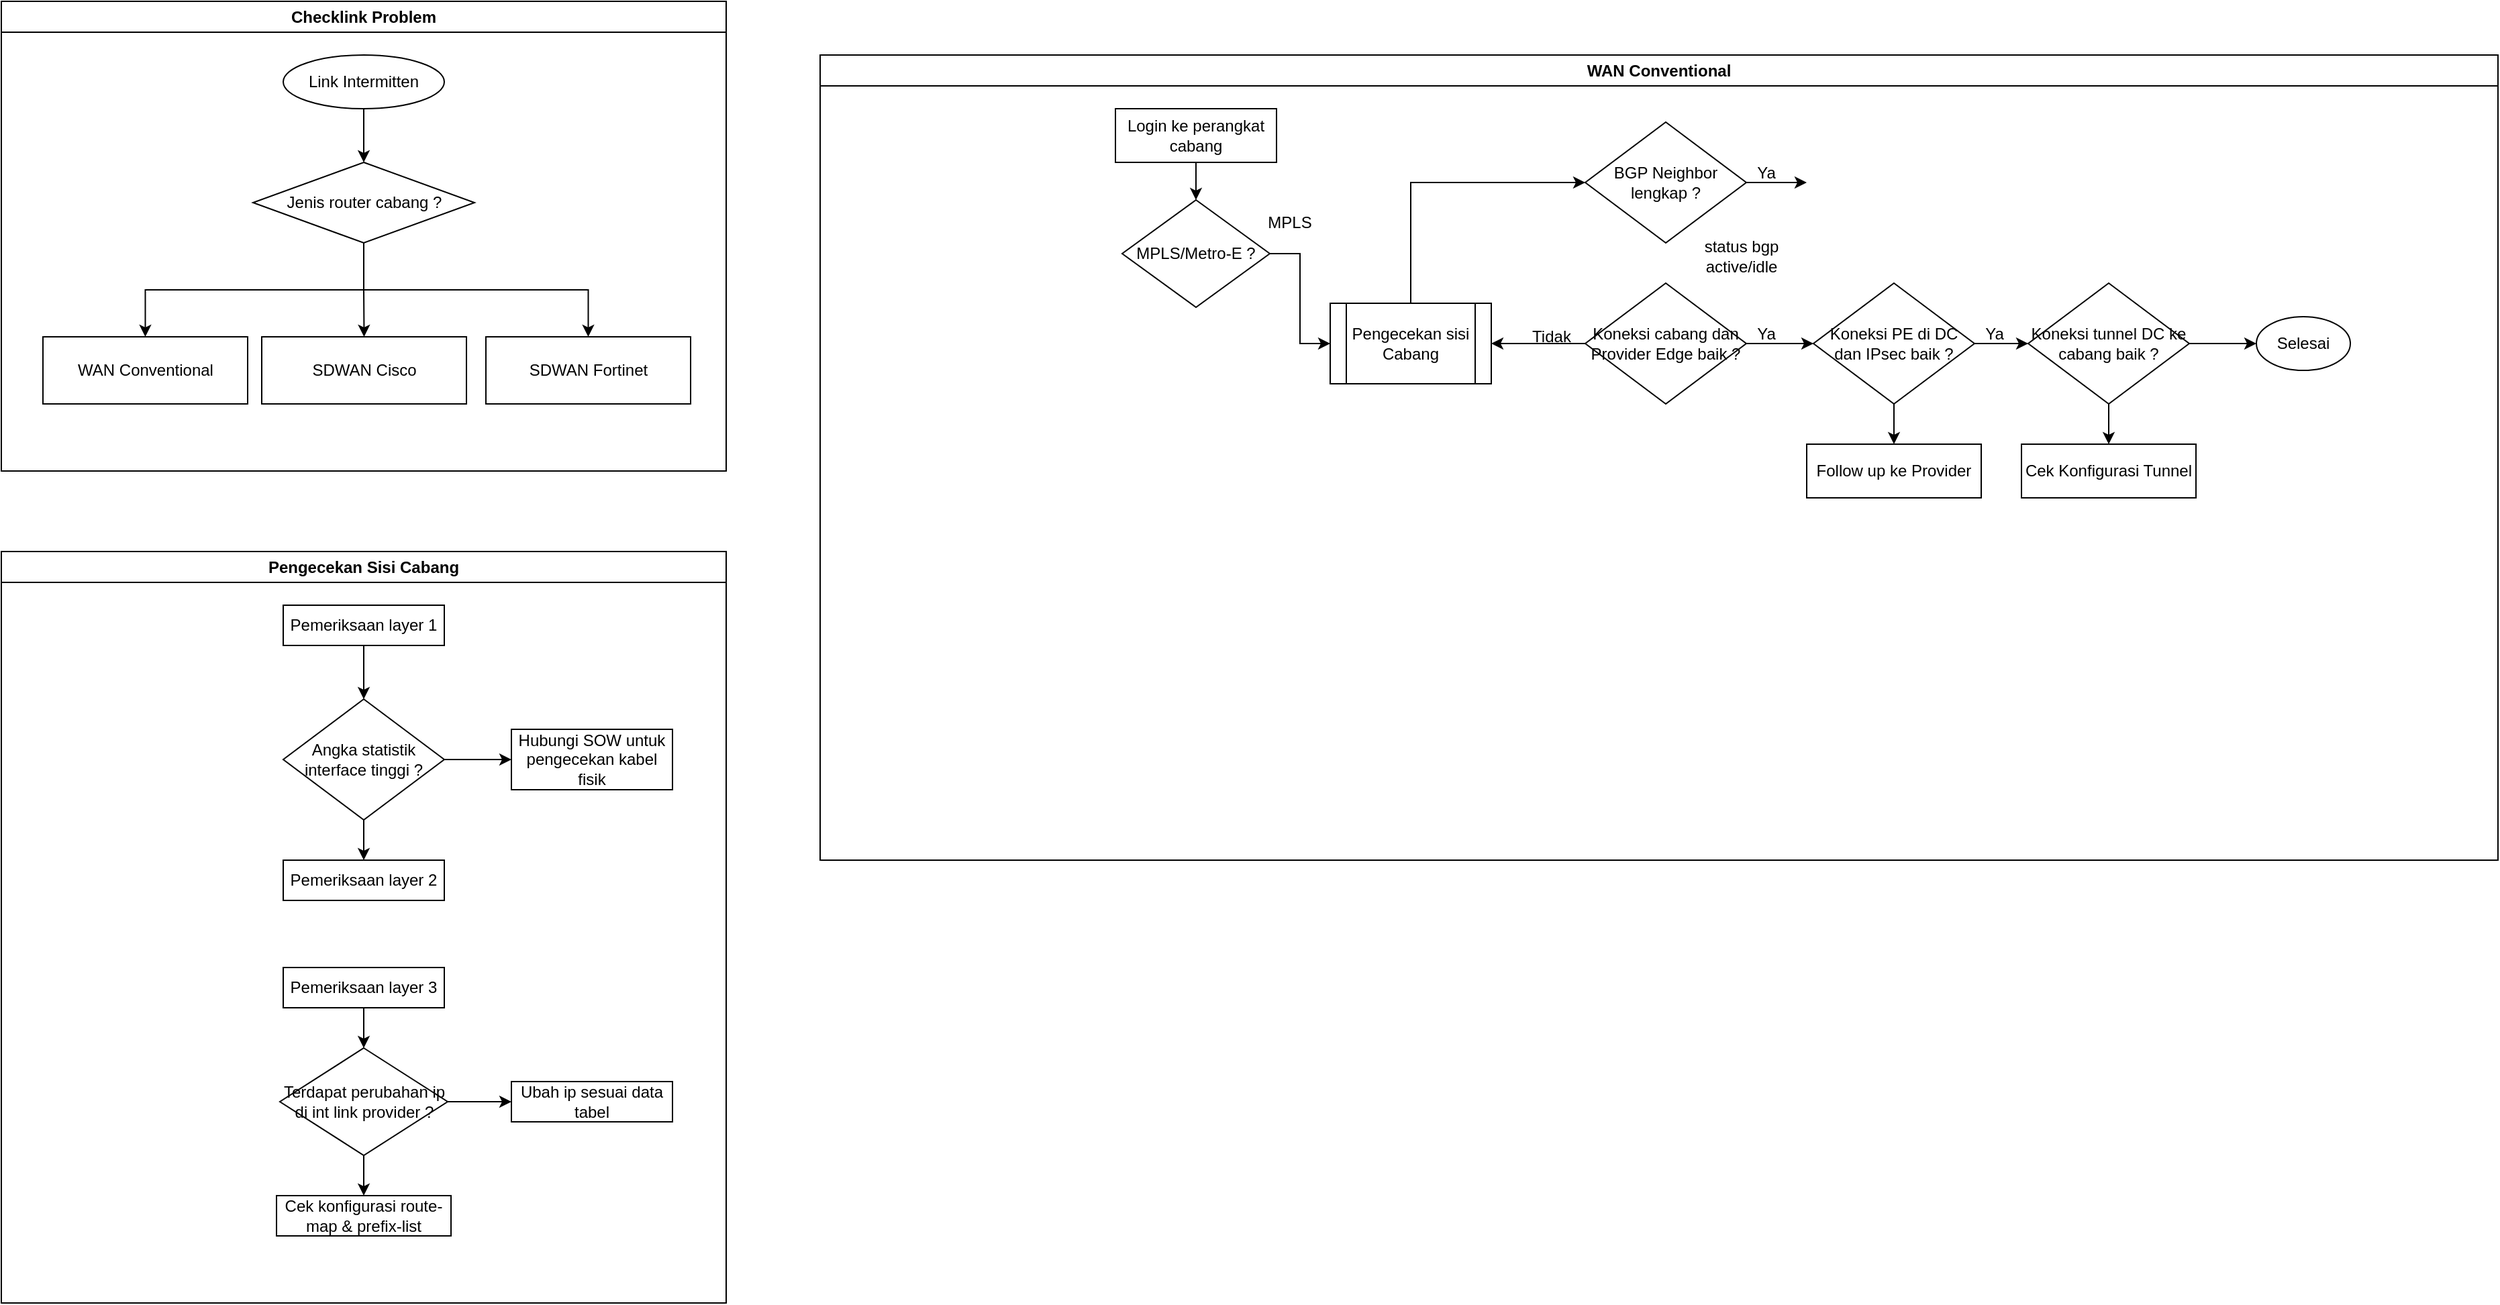
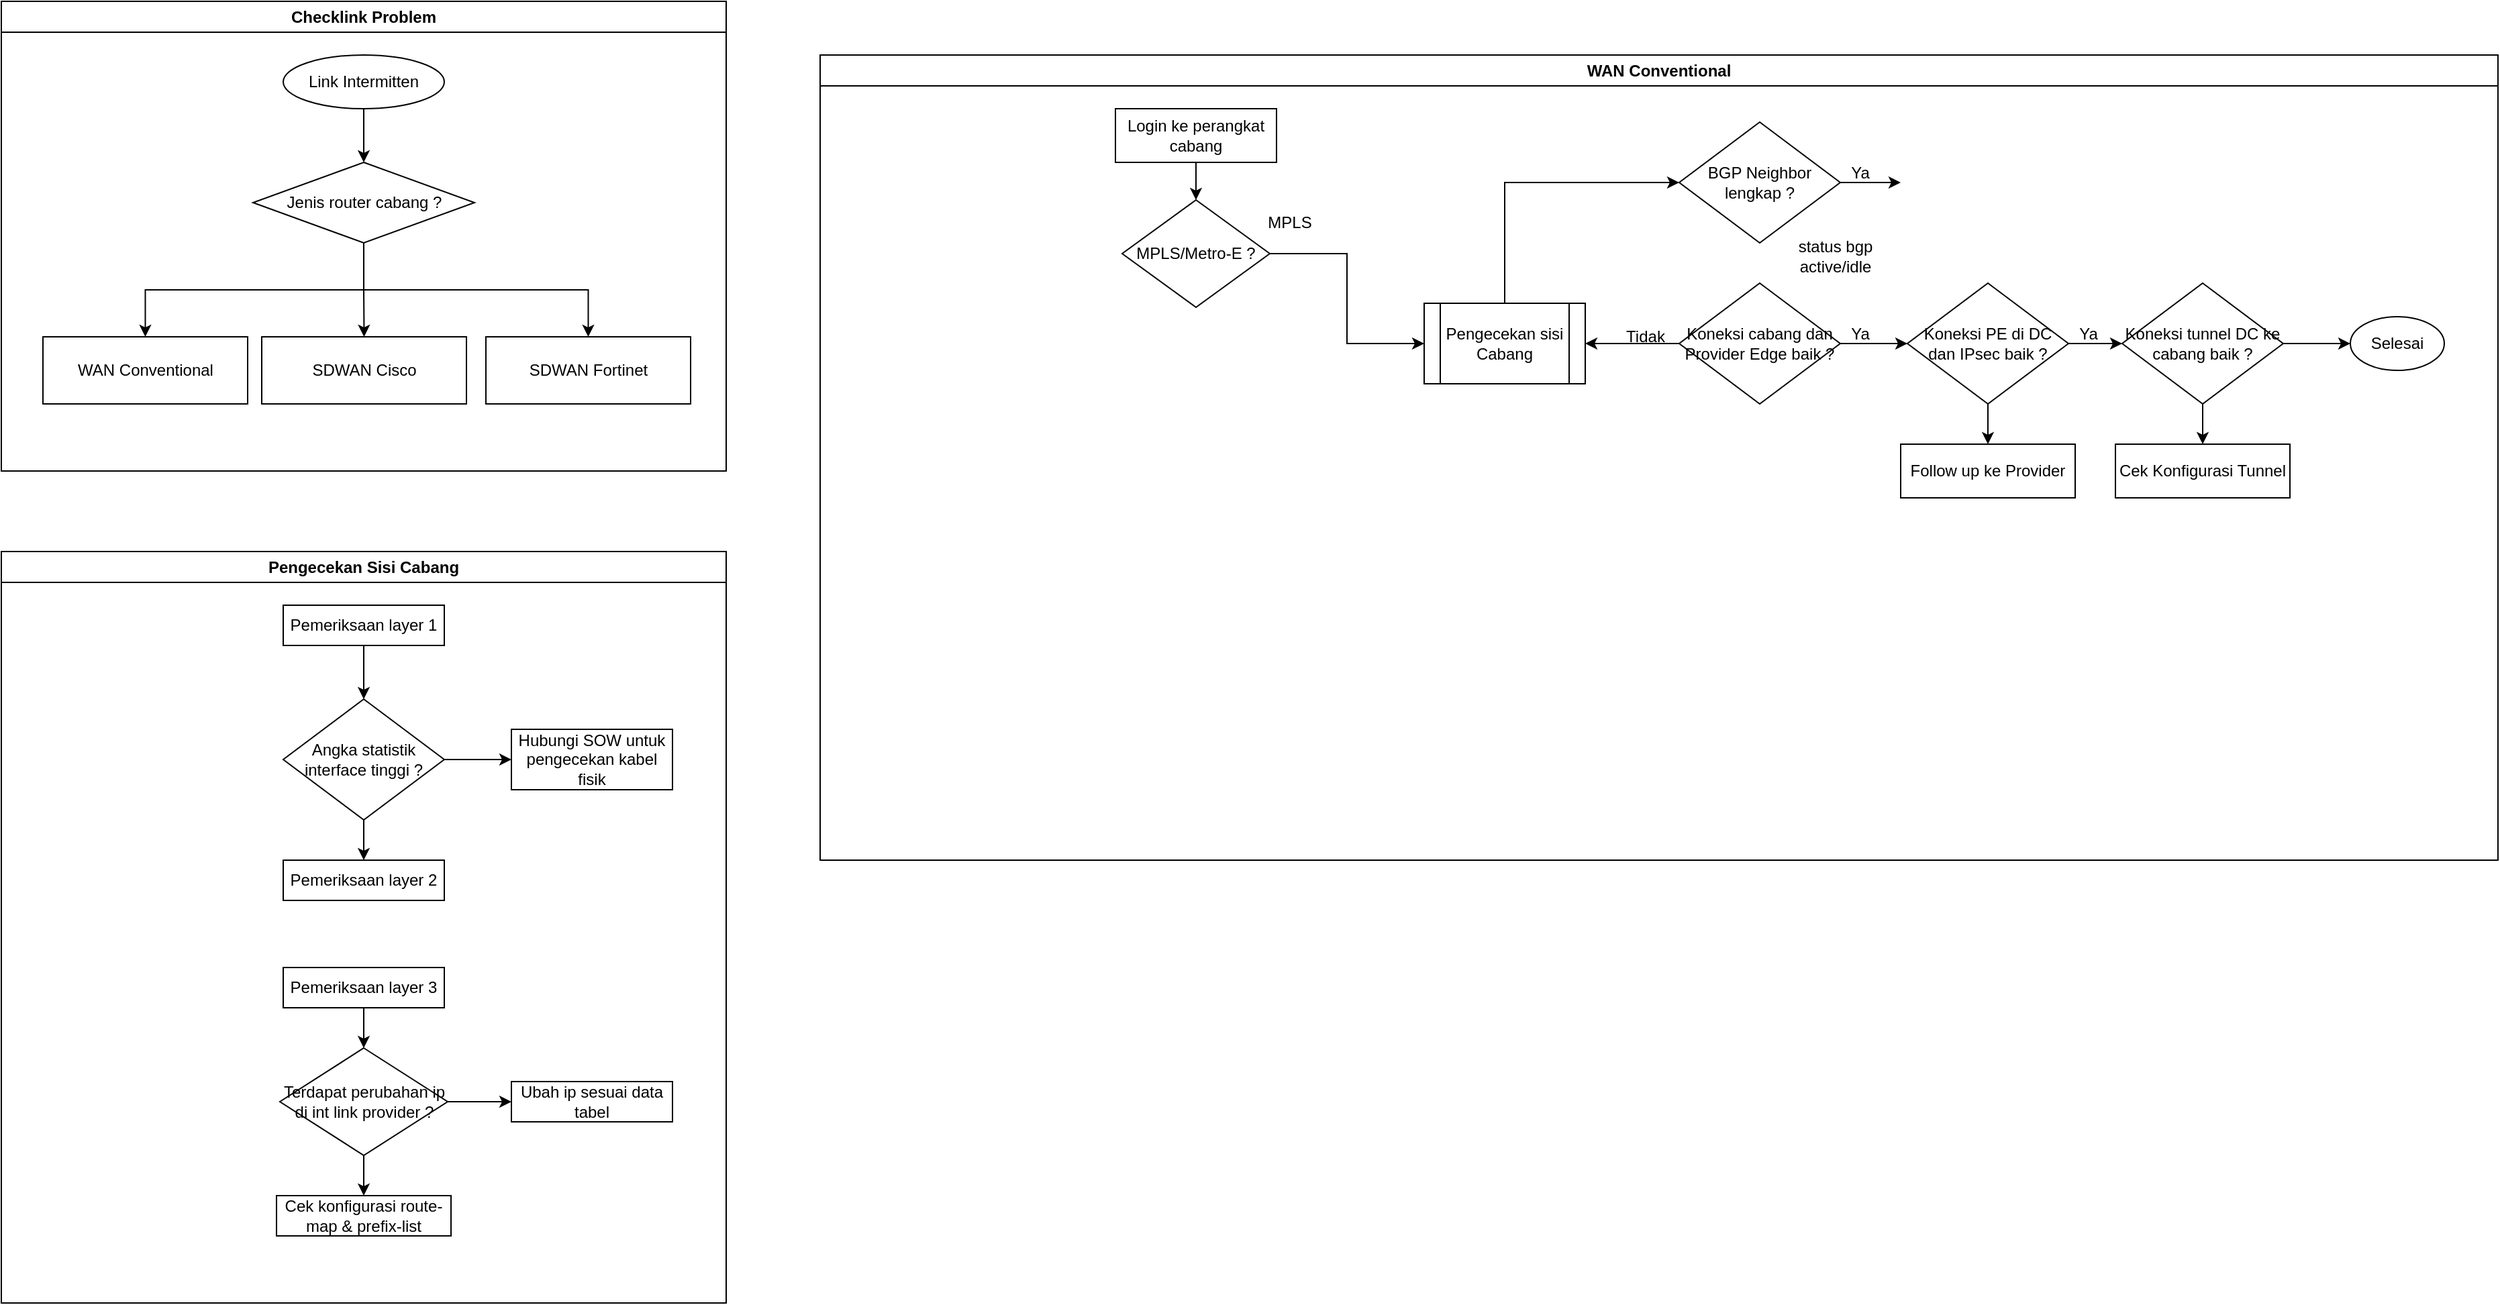
<mxfile host="app.diagrams.net">
  <diagram name="Page-1" id="9vhfLtuUu_MpJ2AiOVXD">
    <mxGraphModel dx="1532" dy="908" grid="1" gridSize="10" guides="1" tooltips="1" connect="1" arrows="1" fold="1" page="1" pageScale="1" pageWidth="850" pageHeight="1100" math="0" shadow="0">
      <root>
        <mxCell id="0" />
        <mxCell id="1" parent="0" />
        <mxCell id="pEuGeytKHn6pjW4NDgE5-2" parent="1" style="swimlane;whiteSpace=wrap;html=1;" value="Checklink Problem" vertex="1">
          <mxGeometry height="350" width="540" x="10" y="10" as="geometry" />
        </mxCell>
        <mxCell id="P1elN6ceBegf7L-zKAY9-7" edge="1" parent="pEuGeytKHn6pjW4NDgE5-2" source="P1elN6ceBegf7L-zKAY9-3" style="edgeStyle=orthogonalEdgeStyle;rounded=0;orthogonalLoop=1;jettySize=auto;html=1;exitX=0.5;exitY=1;exitDx=0;exitDy=0;entryX=0.5;entryY=0;entryDx=0;entryDy=0;" target="P1elN6ceBegf7L-zKAY9-6">
          <mxGeometry relative="1" as="geometry" />
        </mxCell>
        <mxCell id="P1elN6ceBegf7L-zKAY9-3" parent="pEuGeytKHn6pjW4NDgE5-2" style="ellipse;whiteSpace=wrap;html=1;" value="Link Intermitten" vertex="1">
          <mxGeometry height="40" width="120" x="210" y="40" as="geometry" />
        </mxCell>
        <mxCell id="P1elN6ceBegf7L-zKAY9-11" edge="1" parent="pEuGeytKHn6pjW4NDgE5-2" source="P1elN6ceBegf7L-zKAY9-6" style="edgeStyle=orthogonalEdgeStyle;rounded=0;orthogonalLoop=1;jettySize=auto;html=1;exitX=0.5;exitY=1;exitDx=0;exitDy=0;" target="P1elN6ceBegf7L-zKAY9-8">
          <mxGeometry relative="1" as="geometry" />
        </mxCell>
        <mxCell id="P1elN6ceBegf7L-zKAY9-12" edge="1" parent="pEuGeytKHn6pjW4NDgE5-2" source="P1elN6ceBegf7L-zKAY9-6" style="edgeStyle=orthogonalEdgeStyle;rounded=0;orthogonalLoop=1;jettySize=auto;html=1;exitX=0.5;exitY=1;exitDx=0;exitDy=0;" target="P1elN6ceBegf7L-zKAY9-9">
          <mxGeometry relative="1" as="geometry" />
        </mxCell>
        <mxCell id="P1elN6ceBegf7L-zKAY9-13" edge="1" parent="pEuGeytKHn6pjW4NDgE5-2" source="P1elN6ceBegf7L-zKAY9-6" style="edgeStyle=orthogonalEdgeStyle;rounded=0;orthogonalLoop=1;jettySize=auto;html=1;exitX=0.5;exitY=1;exitDx=0;exitDy=0;" target="P1elN6ceBegf7L-zKAY9-10">
          <mxGeometry relative="1" as="geometry" />
        </mxCell>
        <mxCell id="P1elN6ceBegf7L-zKAY9-6" parent="pEuGeytKHn6pjW4NDgE5-2" style="rhombus;whiteSpace=wrap;html=1;" value="Jenis router cabang ?" vertex="1">
          <mxGeometry height="60" width="165" x="187.5" y="120" as="geometry" />
        </mxCell>
        <mxCell id="P1elN6ceBegf7L-zKAY9-8" parent="pEuGeytKHn6pjW4NDgE5-2" style="rounded=0;whiteSpace=wrap;html=1;" value="WAN Conventional" vertex="1">
          <mxGeometry height="50" width="152.5" x="31" y="250" as="geometry" />
        </mxCell>
        <mxCell id="P1elN6ceBegf7L-zKAY9-9" parent="pEuGeytKHn6pjW4NDgE5-2" style="rounded=0;whiteSpace=wrap;html=1;" value="SDWAN Cisco" vertex="1">
          <mxGeometry height="50" width="152.5" x="194" y="250" as="geometry" />
        </mxCell>
        <mxCell id="P1elN6ceBegf7L-zKAY9-10" parent="pEuGeytKHn6pjW4NDgE5-2" style="rounded=0;whiteSpace=wrap;html=1;" value="SDWAN Fortinet" vertex="1">
          <mxGeometry height="50" width="152.5" x="361" y="250" as="geometry" />
        </mxCell>
        <mxCell id="TYqNpPFM6TGwHHhuPpuI-11" parent="1" style="swimlane;whiteSpace=wrap;html=1;" value="WAN Conventional" vertex="1">
          <mxGeometry height="600" width="1250" x="620" y="50" as="geometry" />
        </mxCell>
        <mxCell id="pmmJg_nAHrXnhT2FHE6J-2" edge="1" parent="TYqNpPFM6TGwHHhuPpuI-11" source="TYqNpPFM6TGwHHhuPpuI-12" style="edgeStyle=orthogonalEdgeStyle;rounded=0;orthogonalLoop=1;jettySize=auto;html=1;" target="pmmJg_nAHrXnhT2FHE6J-1" value="">
          <mxGeometry relative="1" as="geometry" />
        </mxCell>
        <mxCell id="TYqNpPFM6TGwHHhuPpuI-12" parent="TYqNpPFM6TGwHHhuPpuI-11" style="rounded=0;whiteSpace=wrap;html=1;" value="Login ke perangkat cabang" vertex="1">
          <mxGeometry height="40" width="120" x="220" y="40" as="geometry" />
        </mxCell>
        <mxCell id="TYqNpPFM6TGwHHhuPpuI-30" edge="1" parent="TYqNpPFM6TGwHHhuPpuI-11" source="TYqNpPFM6TGwHHhuPpuI-13" style="edgeStyle=orthogonalEdgeStyle;rounded=0;orthogonalLoop=1;jettySize=auto;html=1;exitX=1;exitY=0.5;exitDx=0;exitDy=0;entryX=0;entryY=0.5;entryDx=0;entryDy=0;">
          <mxGeometry relative="1" as="geometry">
-             <mxPoint x="735" y="95" as="targetPoint" />
+             <mxPoint x="805" y="95" as="targetPoint" />
          </mxGeometry>
        </mxCell>
        <mxCell id="TYqNpPFM6TGwHHhuPpuI-13" parent="TYqNpPFM6TGwHHhuPpuI-11" style="rhombus;whiteSpace=wrap;html=1;" value="BGP Neighbor lengkap ?" vertex="1">
-           <mxGeometry height="90" width="120" x="570" y="50" as="geometry" />
+           <mxGeometry height="90" width="120" x="640" y="50" as="geometry" />
        </mxCell>
        <mxCell id="TYqNpPFM6TGwHHhuPpuI-23" edge="1" parent="TYqNpPFM6TGwHHhuPpuI-11" source="TYqNpPFM6TGwHHhuPpuI-19" style="edgeStyle=orthogonalEdgeStyle;rounded=0;orthogonalLoop=1;jettySize=auto;html=1;" target="TYqNpPFM6TGwHHhuPpuI-22" value="">
          <mxGeometry relative="1" as="geometry" />
        </mxCell>
        <mxCell id="TYqNpPFM6TGwHHhuPpuI-34" edge="1" parent="TYqNpPFM6TGwHHhuPpuI-11" source="TYqNpPFM6TGwHHhuPpuI-19" style="edgeStyle=orthogonalEdgeStyle;rounded=0;orthogonalLoop=1;jettySize=auto;html=1;exitX=0;exitY=0.5;exitDx=0;exitDy=0;entryX=1;entryY=0.5;entryDx=0;entryDy=0;" target="TYqNpPFM6TGwHHhuPpuI-33">
          <mxGeometry relative="1" as="geometry" />
        </mxCell>
        <mxCell id="TYqNpPFM6TGwHHhuPpuI-19" parent="TYqNpPFM6TGwHHhuPpuI-11" style="rhombus;whiteSpace=wrap;html=1;" value="Koneksi cabang dan Provider Edge baik ?" vertex="1">
-           <mxGeometry height="90" width="120" x="570" y="170" as="geometry" />
+           <mxGeometry height="90" width="120" x="640" y="170" as="geometry" />
        </mxCell>
        <mxCell id="TYqNpPFM6TGwHHhuPpuI-22" parent="TYqNpPFM6TGwHHhuPpuI-11" style="rhombus;whiteSpace=wrap;html=1;" value="Koneksi PE di DC dan IPsec baik ?" vertex="1">
-           <mxGeometry height="90" width="120" x="740" y="170" as="geometry" />
+           <mxGeometry height="90" width="120" x="810" y="170" as="geometry" />
        </mxCell>
        <mxCell id="TYqNpPFM6TGwHHhuPpuI-24" parent="TYqNpPFM6TGwHHhuPpuI-11" style="rounded=0;whiteSpace=wrap;html=1;" value="Follow up ke Provider" vertex="1">
-           <mxGeometry height="40" width="130" x="735" y="290" as="geometry" />
+           <mxGeometry height="40" width="130" x="805" y="290" as="geometry" />
        </mxCell>
        <mxCell id="TYqNpPFM6TGwHHhuPpuI-25" edge="1" parent="TYqNpPFM6TGwHHhuPpuI-11" source="TYqNpPFM6TGwHHhuPpuI-22" style="edgeStyle=orthogonalEdgeStyle;rounded=0;orthogonalLoop=1;jettySize=auto;html=1;exitX=0.5;exitY=1;exitDx=0;exitDy=0;entryX=0.5;entryY=0;entryDx=0;entryDy=0;" target="TYqNpPFM6TGwHHhuPpuI-24">
          <mxGeometry relative="1" as="geometry" />
        </mxCell>
        <mxCell id="pmmJg_nAHrXnhT2FHE6J-8" edge="1" parent="TYqNpPFM6TGwHHhuPpuI-11" source="TYqNpPFM6TGwHHhuPpuI-26" style="edgeStyle=orthogonalEdgeStyle;rounded=0;orthogonalLoop=1;jettySize=auto;html=1;exitX=1;exitY=0.5;exitDx=0;exitDy=0;entryX=0;entryY=0.5;entryDx=0;entryDy=0;" target="pmmJg_nAHrXnhT2FHE6J-7">
          <mxGeometry relative="1" as="geometry" />
        </mxCell>
        <mxCell id="TYqNpPFM6TGwHHhuPpuI-26" parent="TYqNpPFM6TGwHHhuPpuI-11" style="rhombus;whiteSpace=wrap;html=1;" value="Koneksi tunnel DC ke cabang baik ?" vertex="1">
-           <mxGeometry height="90" width="120" x="900" y="170" as="geometry" />
+           <mxGeometry height="90" width="120" x="970" y="170" as="geometry" />
        </mxCell>
        <mxCell id="TYqNpPFM6TGwHHhuPpuI-27" edge="1" parent="TYqNpPFM6TGwHHhuPpuI-11" source="TYqNpPFM6TGwHHhuPpuI-22" style="edgeStyle=orthogonalEdgeStyle;rounded=0;orthogonalLoop=1;jettySize=auto;html=1;" target="TYqNpPFM6TGwHHhuPpuI-26" value="">
          <mxGeometry relative="1" as="geometry" />
        </mxCell>
        <mxCell id="TYqNpPFM6TGwHHhuPpuI-28" parent="TYqNpPFM6TGwHHhuPpuI-11" style="rounded=0;whiteSpace=wrap;html=1;" value="Cek Konfigurasi Tunnel" vertex="1">
-           <mxGeometry height="40" width="130" x="895" y="290" as="geometry" />
+           <mxGeometry height="40" width="130" x="965" y="290" as="geometry" />
        </mxCell>
        <mxCell id="TYqNpPFM6TGwHHhuPpuI-29" edge="1" parent="TYqNpPFM6TGwHHhuPpuI-11" source="TYqNpPFM6TGwHHhuPpuI-26" style="edgeStyle=orthogonalEdgeStyle;rounded=0;orthogonalLoop=1;jettySize=auto;html=1;exitX=0.5;exitY=1;exitDx=0;exitDy=0;entryX=0.5;entryY=0;entryDx=0;entryDy=0;" target="TYqNpPFM6TGwHHhuPpuI-28">
          <mxGeometry relative="1" as="geometry" />
        </mxCell>
        <mxCell id="TYqNpPFM6TGwHHhuPpuI-37" parent="TYqNpPFM6TGwHHhuPpuI-11" style="text;html=1;whiteSpace=wrap;strokeColor=none;fillColor=none;align=center;verticalAlign=middle;rounded=0;" value="status bgp active/idle" vertex="1">
-           <mxGeometry height="20" width="97" x="638" y="140" as="geometry" />
+           <mxGeometry height="20" width="97" x="708" y="140" as="geometry" />
        </mxCell>
        <mxCell id="TYqNpPFM6TGwHHhuPpuI-38" parent="TYqNpPFM6TGwHHhuPpuI-11" style="text;html=1;whiteSpace=wrap;strokeColor=none;fillColor=none;align=center;verticalAlign=middle;rounded=0;" value="Tidak" vertex="1">
-           <mxGeometry height="20" width="50" x="520" y="200" as="geometry" />
+           <mxGeometry height="20" width="50" x="590" y="200" as="geometry" />
        </mxCell>
        <mxCell id="TYqNpPFM6TGwHHhuPpuI-40" parent="TYqNpPFM6TGwHHhuPpuI-11" style="text;html=1;whiteSpace=wrap;strokeColor=none;fillColor=none;align=center;verticalAlign=middle;rounded=0;" value="Ya" vertex="1">
-           <mxGeometry height="20" width="50" x="680" y="198" as="geometry" />
+           <mxGeometry height="20" width="50" x="750" y="198" as="geometry" />
        </mxCell>
        <mxCell id="TYqNpPFM6TGwHHhuPpuI-41" parent="TYqNpPFM6TGwHHhuPpuI-11" style="text;html=1;whiteSpace=wrap;strokeColor=none;fillColor=none;align=center;verticalAlign=middle;rounded=0;" value="Ya" vertex="1">
-           <mxGeometry height="20" width="50" x="850" y="198" as="geometry" />
+           <mxGeometry height="20" width="50" x="920" y="198" as="geometry" />
        </mxCell>
        <mxCell id="TYqNpPFM6TGwHHhuPpuI-35" parent="TYqNpPFM6TGwHHhuPpuI-11" style="text;html=1;whiteSpace=wrap;strokeColor=none;fillColor=none;align=center;verticalAlign=middle;rounded=0;" value="Ya" vertex="1">
-           <mxGeometry height="20" width="50" x="680" y="78" as="geometry" />
+           <mxGeometry height="20" width="50" x="750" y="78" as="geometry" />
        </mxCell>
        <mxCell id="pmmJg_nAHrXnhT2FHE6J-6" edge="1" parent="TYqNpPFM6TGwHHhuPpuI-11" source="TYqNpPFM6TGwHHhuPpuI-33" style="edgeStyle=orthogonalEdgeStyle;rounded=0;orthogonalLoop=1;jettySize=auto;html=1;exitX=0.5;exitY=0;exitDx=0;exitDy=0;entryX=0;entryY=0.5;entryDx=0;entryDy=0;" target="TYqNpPFM6TGwHHhuPpuI-13">
          <mxGeometry relative="1" as="geometry" />
        </mxCell>
        <mxCell id="TYqNpPFM6TGwHHhuPpuI-33" parent="TYqNpPFM6TGwHHhuPpuI-11" style="shape=process;whiteSpace=wrap;html=1;backgroundOutline=1;" value="Pengecekan sisi Cabang" vertex="1">
-           <mxGeometry height="60" width="120" x="380" y="185" as="geometry" />
+           <mxGeometry height="60" width="120" x="450" y="185" as="geometry" />
        </mxCell>
        <mxCell id="pmmJg_nAHrXnhT2FHE6J-3" edge="1" parent="TYqNpPFM6TGwHHhuPpuI-11" source="pmmJg_nAHrXnhT2FHE6J-1" style="edgeStyle=orthogonalEdgeStyle;rounded=0;orthogonalLoop=1;jettySize=auto;html=1;exitX=1;exitY=0.5;exitDx=0;exitDy=0;entryX=0;entryY=0.5;entryDx=0;entryDy=0;" target="TYqNpPFM6TGwHHhuPpuI-33">
          <mxGeometry relative="1" as="geometry" />
        </mxCell>
        <mxCell id="pmmJg_nAHrXnhT2FHE6J-1" parent="TYqNpPFM6TGwHHhuPpuI-11" style="rhombus;whiteSpace=wrap;html=1;" value="MPLS/Metro-E ?" vertex="1">
          <mxGeometry height="80" width="110" x="225" y="108" as="geometry" />
        </mxCell>
        <mxCell id="pmmJg_nAHrXnhT2FHE6J-7" parent="TYqNpPFM6TGwHHhuPpuI-11" style="ellipse;whiteSpace=wrap;html=1;" value="Selesai" vertex="1">
-           <mxGeometry height="40" width="70" x="1070" y="195" as="geometry" />
+           <mxGeometry height="40" width="70" x="1140" y="195" as="geometry" />
        </mxCell>
        <mxCell id="TYqNpPFM6TGwHHhuPpuI-65" parent="1" style="swimlane;whiteSpace=wrap;html=1;" value="Pengecekan Sisi Cabang" vertex="1">
          <mxGeometry height="560" width="540" x="10" y="420" as="geometry" />
        </mxCell>
        <mxCell id="fYS8cTILx4h1H9qz6oxb-3" edge="1" parent="TYqNpPFM6TGwHHhuPpuI-65" source="fYS8cTILx4h1H9qz6oxb-1" style="edgeStyle=orthogonalEdgeStyle;rounded=0;orthogonalLoop=1;jettySize=auto;html=1;" target="fYS8cTILx4h1H9qz6oxb-2" value="">
          <mxGeometry relative="1" as="geometry" />
        </mxCell>
        <mxCell id="fYS8cTILx4h1H9qz6oxb-1" parent="TYqNpPFM6TGwHHhuPpuI-65" style="rounded=0;whiteSpace=wrap;html=1;" value="Pemeriksaan layer 1" vertex="1">
          <mxGeometry height="30" width="120" x="210" y="40" as="geometry" />
        </mxCell>
        <mxCell id="fYS8cTILx4h1H9qz6oxb-5" edge="1" parent="TYqNpPFM6TGwHHhuPpuI-65" source="fYS8cTILx4h1H9qz6oxb-2" style="edgeStyle=orthogonalEdgeStyle;rounded=0;orthogonalLoop=1;jettySize=auto;html=1;" target="fYS8cTILx4h1H9qz6oxb-4" value="">
          <mxGeometry relative="1" as="geometry" />
        </mxCell>
        <mxCell id="fYS8cTILx4h1H9qz6oxb-7" edge="1" parent="TYqNpPFM6TGwHHhuPpuI-65" source="fYS8cTILx4h1H9qz6oxb-2" style="edgeStyle=orthogonalEdgeStyle;rounded=0;orthogonalLoop=1;jettySize=auto;html=1;" target="fYS8cTILx4h1H9qz6oxb-6" value="">
          <mxGeometry relative="1" as="geometry" />
        </mxCell>
        <mxCell id="fYS8cTILx4h1H9qz6oxb-2" parent="TYqNpPFM6TGwHHhuPpuI-65" style="rhombus;whiteSpace=wrap;html=1;" value="Angka statistik interface tinggi ?" vertex="1">
          <mxGeometry height="90" width="120" x="210" y="110" as="geometry" />
        </mxCell>
        <mxCell id="fYS8cTILx4h1H9qz6oxb-4" parent="TYqNpPFM6TGwHHhuPpuI-65" style="rounded=0;whiteSpace=wrap;html=1;" value="Hubungi SOW untuk pengecekan kabel fisik" vertex="1">
          <mxGeometry height="45" width="120" x="380" y="132.5" as="geometry" />
        </mxCell>
        <mxCell id="fYS8cTILx4h1H9qz6oxb-6" parent="TYqNpPFM6TGwHHhuPpuI-65" style="rounded=0;whiteSpace=wrap;html=1;" value="Pemeriksaan layer 2" vertex="1">
          <mxGeometry height="30" width="120" x="210" y="230" as="geometry" />
        </mxCell>
        <mxCell id="fYS8cTILx4h1H9qz6oxb-8" parent="TYqNpPFM6TGwHHhuPpuI-65" style="rounded=0;whiteSpace=wrap;html=1;" value="Pemeriksaan layer 3" vertex="1">
          <mxGeometry height="30" width="120" x="210" y="310" as="geometry" />
        </mxCell>
        <mxCell id="fYS8cTILx4h1H9qz6oxb-11" parent="TYqNpPFM6TGwHHhuPpuI-65" style="rounded=0;whiteSpace=wrap;html=1;" value="Ubah ip sesuai data tabel" vertex="1">
          <mxGeometry height="30" width="120" x="380" y="395" as="geometry" />
        </mxCell>
        <mxCell id="fYS8cTILx4h1H9qz6oxb-12" edge="1" parent="TYqNpPFM6TGwHHhuPpuI-65" source="fYS8cTILx4h1H9qz6oxb-9" style="edgeStyle=orthogonalEdgeStyle;rounded=0;orthogonalLoop=1;jettySize=auto;html=1;" target="fYS8cTILx4h1H9qz6oxb-11" value="">
          <mxGeometry relative="1" as="geometry" />
        </mxCell>
        <mxCell id="pmmJg_nAHrXnhT2FHE6J-10" edge="1" parent="TYqNpPFM6TGwHHhuPpuI-65" source="fYS8cTILx4h1H9qz6oxb-9" style="edgeStyle=orthogonalEdgeStyle;rounded=0;orthogonalLoop=1;jettySize=auto;html=1;exitX=0.5;exitY=1;exitDx=0;exitDy=0;entryX=0.5;entryY=0;entryDx=0;entryDy=0;" target="pmmJg_nAHrXnhT2FHE6J-9">
          <mxGeometry relative="1" as="geometry" />
        </mxCell>
        <mxCell id="fYS8cTILx4h1H9qz6oxb-9" parent="TYqNpPFM6TGwHHhuPpuI-65" style="rhombus;whiteSpace=wrap;html=1;" value="Terdapat perubahan ip di int link provider ?" vertex="1">
          <mxGeometry height="80" width="125" x="207.5" y="370" as="geometry" />
        </mxCell>
        <mxCell id="fYS8cTILx4h1H9qz6oxb-10" edge="1" parent="TYqNpPFM6TGwHHhuPpuI-65" source="fYS8cTILx4h1H9qz6oxb-8" style="edgeStyle=orthogonalEdgeStyle;rounded=0;orthogonalLoop=1;jettySize=auto;html=1;" target="fYS8cTILx4h1H9qz6oxb-9" value="">
          <mxGeometry relative="1" as="geometry" />
        </mxCell>
        <mxCell id="pmmJg_nAHrXnhT2FHE6J-9" parent="TYqNpPFM6TGwHHhuPpuI-65" style="rounded=0;whiteSpace=wrap;html=1;" value="Cek konfigurasi route-map &amp;amp; prefix-list" vertex="1">
          <mxGeometry height="30" width="130" x="205" y="480" as="geometry" />
        </mxCell>
        <mxCell id="pmmJg_nAHrXnhT2FHE6J-4" parent="1" style="text;html=1;whiteSpace=wrap;strokeColor=none;fillColor=none;align=center;verticalAlign=middle;rounded=0;" value="MPLS" vertex="1">
          <mxGeometry height="30" width="60" x="940" y="160" as="geometry" />
        </mxCell>
      </root>
    </mxGraphModel>
  </diagram>
</mxfile>
